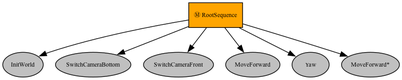
Before: media/behavior_tree_based.png, a diagram exported from Graphviz (Leung-Kam-Ho/SAUVC-Automation-Workshop-Exercises). Its source is kept beside it as media/behavior_tree_based.dot.
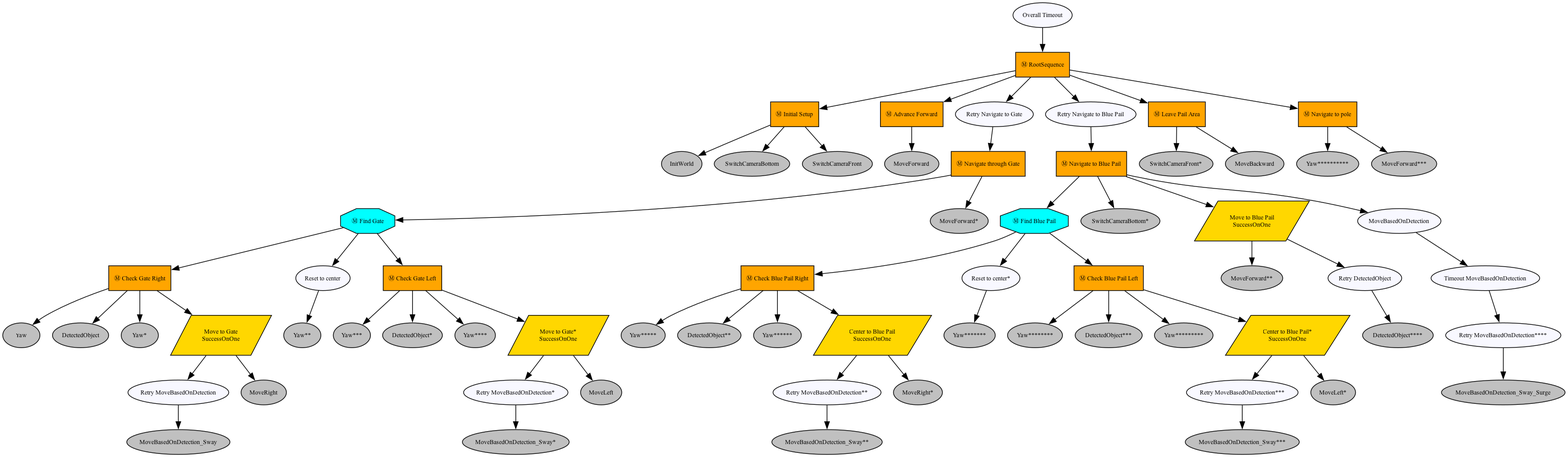
After the change.

The edit, as a diff of the source:
```diff
@@ -3,17 +3,135 @@
 graph [fontname="times-roman"];
 node [fontname="times-roman"];
 edge [fontname="times-roman"];
+"Overall Timeout" [label="Overall Timeout", shape=ellipse, style=filled, fillcolor=ghostwhite, fontsize=9, fontcolor=black];
 RootSequence [label="Ⓜ RootSequence", shape=box, style=filled, fillcolor=orange, fontsize=9, fontcolor=black];
+"Overall Timeout" -> RootSequence;
+"Initial Setup" [label="Ⓜ Initial Setup", shape=box, style=filled, fillcolor=orange, fontsize=9, fontcolor=black];
+RootSequence -> "Initial Setup";
 InitWorld [label=InitWorld, shape=ellipse, style=filled, fillcolor=gray, fontsize=9, fontcolor=black];
-RootSequence -> InitWorld;
+"Initial Setup" -> InitWorld;
 SwitchCameraBottom [label=SwitchCameraBottom, shape=ellipse, style=filled, fillcolor=gray, fontsize=9, fontcolor=black];
-RootSequence -> SwitchCameraBottom;
+"Initial Setup" -> SwitchCameraBottom;
 SwitchCameraFront [label=SwitchCameraFront, shape=ellipse, style=filled, fillcolor=gray, fontsize=9, fontcolor=black];
-RootSequence -> SwitchCameraFront;
+"Initial Setup" -> SwitchCameraFront;
+"Advance Forward" [label="Ⓜ Advance Forward", shape=box, style=filled, fillcolor=orange, fontsize=9, fontcolor=black];
+RootSequence -> "Advance Forward";
 MoveForward [label=MoveForward, shape=ellipse, style=filled, fillcolor=gray, fontsize=9, fontcolor=black];
-RootSequence -> MoveForward;
+"Advance Forward" -> MoveForward;
+"Retry Navigate to Gate" [label="Retry Navigate to Gate", shape=ellipse, style=filled, fillcolor=ghostwhite, fontsize=9, fontcolor=black];
+RootSequence -> "Retry Navigate to Gate";
+"Navigate through Gate" [label="Ⓜ Navigate through Gate", shape=box, style=filled, fillcolor=orange, fontsize=9, fontcolor=black];
+"Retry Navigate to Gate" -> "Navigate through Gate";
+"Find Gate" [label="Ⓜ Find Gate", shape=octagon, style=filled, fillcolor=cyan, fontsize=9, fontcolor=black];
+"Navigate through Gate" -> "Find Gate";
+"Check Gate Right" [label="Ⓜ Check Gate Right", shape=box, style=filled, fillcolor=orange, fontsize=9, fontcolor=black];
+"Find Gate" -> "Check Gate Right";
 Yaw [label=Yaw, shape=ellipse, style=filled, fillcolor=gray, fontsize=9, fontcolor=black];
-RootSequence -> Yaw;
+"Check Gate Right" -> Yaw;
+DetectedObject [label=DetectedObject, shape=ellipse, style=filled, fillcolor=gray, fontsize=9, fontcolor=black];
+"Check Gate Right" -> DetectedObject;
+"Yaw*" [label="Yaw*", shape=ellipse, style=filled, fillcolor=gray, fontsize=9, fontcolor=black];
+"Check Gate Right" -> "Yaw*";
+"Move to Gate" [label="Move to Gate\nSuccessOnOne", shape=parallelogram, style=filled, fillcolor=gold, fontsize=9, fontcolor=black];
+"Check Gate Right" -> "Move to Gate";
+"Retry MoveBasedOnDetection" [label="Retry MoveBasedOnDetection", shape=ellipse, style=filled, fillcolor=ghostwhite, fontsize=9, fontcolor=black];
+"Move to Gate" -> "Retry MoveBasedOnDetection";
+MoveBasedOnDetection_Sway [label="MoveBasedOnDetection_Sway", shape=ellipse, style=filled, fillcolor=gray, fontsize=9, fontcolor=black];
+"Retry MoveBasedOnDetection" -> MoveBasedOnDetection_Sway;
+MoveRight [label=MoveRight, shape=ellipse, style=filled, fillcolor=gray, fontsize=9, fontcolor=black];
+"Move to Gate" -> MoveRight;
+"Reset to center" [label="Reset to center", shape=ellipse, style=filled, fillcolor=ghostwhite, fontsize=9, fontcolor=black];
+"Find Gate" -> "Reset to center";
+"Yaw**" [label="Yaw**", shape=ellipse, style=filled, fillcolor=gray, fontsize=9, fontcolor=black];
+"Reset to center" -> "Yaw**";
+"Check Gate Left" [label="Ⓜ Check Gate Left", shape=box, style=filled, fillcolor=orange, fontsize=9, fontcolor=black];
+"Find Gate" -> "Check Gate Left";
+"Yaw***" [label="Yaw***", shape=ellipse, style=filled, fillcolor=gray, fontsize=9, fontcolor=black];
+"Check Gate Left" -> "Yaw***";
+"DetectedObject*" [label="DetectedObject*", shape=ellipse, style=filled, fillcolor=gray, fontsize=9, fontcolor=black];
+"Check Gate Left" -> "DetectedObject*";
+"Yaw****" [label="Yaw****", shape=ellipse, style=filled, fillcolor=gray, fontsize=9, fontcolor=black];
+"Check Gate Left" -> "Yaw****";
+"Move to Gate*" [label="Move to Gate*\nSuccessOnOne", shape=parallelogram, style=filled, fillcolor=gold, fontsize=9, fontcolor=black];
+"Check Gate Left" -> "Move to Gate*";
+"Retry MoveBasedOnDetection*" [label="Retry MoveBasedOnDetection*", shape=ellipse, style=filled, fillcolor=ghostwhite, fontsize=9, fontcolor=black];
+"Move to Gate*" -> "Retry MoveBasedOnDetection*";
+"MoveBasedOnDetection_Sway*" [label="MoveBasedOnDetection_Sway*", shape=ellipse, style=filled, fillcolor=gray, fontsize=9, fontcolor=black];
+"Retry MoveBasedOnDetection*" -> "MoveBasedOnDetection_Sway*";
+MoveLeft [label=MoveLeft, shape=ellipse, style=filled, fillcolor=gray, fontsize=9, fontcolor=black];
+"Move to Gate*" -> MoveLeft;
 "MoveForward*" [label="MoveForward*", shape=ellipse, style=filled, fillcolor=gray, fontsize=9, fontcolor=black];
-RootSequence -> "MoveForward*";
+"Navigate through Gate" -> "MoveForward*";
+"Retry Navigate to Blue Pail" [label="Retry Navigate to Blue Pail", shape=ellipse, style=filled, fillcolor=ghostwhite, fontsize=9, fontcolor=black];
+RootSequence -> "Retry Navigate to Blue Pail";
+"Navigate to Blue Pail" [label="Ⓜ Navigate to Blue Pail", shape=box, style=filled, fillcolor=orange, fontsize=9, fontcolor=black];
+"Retry Navigate to Blue Pail" -> "Navigate to Blue Pail";
+"Find Blue Pail" [label="Ⓜ Find Blue Pail", shape=octagon, style=filled, fillcolor=cyan, fontsize=9, fontcolor=black];
+"Navigate to Blue Pail" -> "Find Blue Pail";
+"Check Blue Pail Right" [label="Ⓜ Check Blue Pail Right", shape=box, style=filled, fillcolor=orange, fontsize=9, fontcolor=black];
+"Find Blue Pail" -> "Check Blue Pail Right";
+"Yaw*****" [label="Yaw*****", shape=ellipse, style=filled, fillcolor=gray, fontsize=9, fontcolor=black];
+"Check Blue Pail Right" -> "Yaw*****";
+"DetectedObject**" [label="DetectedObject**", shape=ellipse, style=filled, fillcolor=gray, fontsize=9, fontcolor=black];
+"Check Blue Pail Right" -> "DetectedObject**";
+"Yaw******" [label="Yaw******", shape=ellipse, style=filled, fillcolor=gray, fontsize=9, fontcolor=black];
+"Check Blue Pail Right" -> "Yaw******";
+"Center to Blue Pail" [label="Center to Blue Pail\nSuccessOnOne", shape=parallelogram, style=filled, fillcolor=gold, fontsize=9, fontcolor=black];
+"Check Blue Pail Right" -> "Center to Blue Pail";
+"Retry MoveBasedOnDetection**" [label="Retry MoveBasedOnDetection**", shape=ellipse, style=filled, fillcolor=ghostwhite, fontsize=9, fontcolor=black];
+"Center to Blue Pail" -> "Retry MoveBasedOnDetection**";
+"MoveBasedOnDetection_Sway**" [label="MoveBasedOnDetection_Sway**", shape=ellipse, style=filled, fillcolor=gray, fontsize=9, fontcolor=black];
+"Retry MoveBasedOnDetection**" -> "MoveBasedOnDetection_Sway**";
+"MoveRight*" [label="MoveRight*", shape=ellipse, style=filled, fillcolor=gray, fontsize=9, fontcolor=black];
+"Center to Blue Pail" -> "MoveRight*";
+"Reset to center*" [label="Reset to center*", shape=ellipse, style=filled, fillcolor=ghostwhite, fontsize=9, fontcolor=black];
+"Find Blue Pail" -> "Reset to center*";
+"Yaw*******" [label="Yaw*******", shape=ellipse, style=filled, fillcolor=gray, fontsize=9, fontcolor=black];
+"Reset to center*" -> "Yaw*******";
+"Check Blue Pail Left" [label="Ⓜ Check Blue Pail Left", shape=box, style=filled, fillcolor=orange, fontsize=9, fontcolor=black];
+"Find Blue Pail" -> "Check Blue Pail Left";
+"Yaw********" [label="Yaw********", shape=ellipse, style=filled, fillcolor=gray, fontsize=9, fontcolor=black];
+"Check Blue Pail Left" -> "Yaw********";
+"DetectedObject***" [label="DetectedObject***", shape=ellipse, style=filled, fillcolor=gray, fontsize=9, fontcolor=black];
+"Check Blue Pail Left" -> "DetectedObject***";
+"Yaw*********" [label="Yaw*********", shape=ellipse, style=filled, fillcolor=gray, fontsize=9, fontcolor=black];
+"Check Blue Pail Left" -> "Yaw*********";
+"Center to Blue Pail*" [label="Center to Blue Pail*\nSuccessOnOne", shape=parallelogram, style=filled, fillcolor=gold, fontsize=9, fontcolor=black];
+"Check Blue Pail Left" -> "Center to Blue Pail*";
+"Retry MoveBasedOnDetection***" [label="Retry MoveBasedOnDetection***", shape=ellipse, style=filled, fillcolor=ghostwhite, fontsize=9, fontcolor=black];
+"Center to Blue Pail*" -> "Retry MoveBasedOnDetection***";
+"MoveBasedOnDetection_Sway***" [label="MoveBasedOnDetection_Sway***", shape=ellipse, style=filled, fillcolor=gray, fontsize=9, fontcolor=black];
+"Retry MoveBasedOnDetection***" -> "MoveBasedOnDetection_Sway***";
+"MoveLeft*" [label="MoveLeft*", shape=ellipse, style=filled, fillcolor=gray, fontsize=9, fontcolor=black];
+"Center to Blue Pail*" -> "MoveLeft*";
+"SwitchCameraBottom*" [label="SwitchCameraBottom*", shape=ellipse, style=filled, fillcolor=gray, fontsize=9, fontcolor=black];
+"Navigate to Blue Pail" -> "SwitchCameraBottom*";
+"Move to Blue Pail" [label="Move to Blue Pail\nSuccessOnOne", shape=parallelogram, style=filled, fillcolor=gold, fontsize=9, fontcolor=black];
+"Navigate to Blue Pail" -> "Move to Blue Pail";
+"MoveForward**" [label="MoveForward**", shape=ellipse, style=filled, fillcolor=gray, fontsize=9, fontcolor=black];
+"Move to Blue Pail" -> "MoveForward**";
+"Retry DetectedObject" [label="Retry DetectedObject", shape=ellipse, style=filled, fillcolor=ghostwhite, fontsize=9, fontcolor=black];
+"Move to Blue Pail" -> "Retry DetectedObject";
+"DetectedObject****" [label="DetectedObject****", shape=ellipse, style=filled, fillcolor=gray, fontsize=9, fontcolor=black];
+"Retry DetectedObject" -> "DetectedObject****";
+MoveBasedOnDetection [label=MoveBasedOnDetection, shape=ellipse, style=filled, fillcolor=ghostwhite, fontsize=9, fontcolor=black];
+"Navigate to Blue Pail" -> MoveBasedOnDetection;
+"Timeout MoveBasedOnDetection" [label="Timeout MoveBasedOnDetection", shape=ellipse, style=filled, fillcolor=ghostwhite, fontsize=9, fontcolor=black];
+MoveBasedOnDetection -> "Timeout MoveBasedOnDetection";
+"Retry MoveBasedOnDetection****" [label="Retry MoveBasedOnDetection****", shape=ellipse, style=filled, fillcolor=ghostwhite, fontsize=9, fontcolor=black];
+"Timeout MoveBasedOnDetection" -> "Retry MoveBasedOnDetection****";
+MoveBasedOnDetection_Sway_Surge [label="MoveBasedOnDetection_Sway_Surge", shape=ellipse, style=filled, fillcolor=gray, fontsize=9, fontcolor=black];
+"Retry MoveBasedOnDetection****" -> MoveBasedOnDetection_Sway_Surge;
+"Leave Pail Area" [label="Ⓜ Leave Pail Area", shape=box, style=filled, fillcolor=orange, fontsize=9, fontcolor=black];
+RootSequence -> "Leave Pail Area";
+"SwitchCameraFront*" [label="SwitchCameraFront*", shape=ellipse, style=filled, fillcolor=gray, fontsize=9, fontcolor=black];
+"Leave Pail Area" -> "SwitchCameraFront*";
+MoveBackward [label=MoveBackward, shape=ellipse, style=filled, fillcolor=gray, fontsize=9, fontcolor=black];
+"Leave Pail Area" -> MoveBackward;
+"Navigate to pole" [label="Ⓜ Navigate to pole", shape=box, style=filled, fillcolor=orange, fontsize=9, fontcolor=black];
+RootSequence -> "Navigate to pole";
+"Yaw**********" [label="Yaw**********", shape=ellipse, style=filled, fillcolor=gray, fontsize=9, fontcolor=black];
+"Navigate to pole" -> "Yaw**********";
+"MoveForward***" [label="MoveForward***", shape=ellipse, style=filled, fillcolor=gray, fontsize=9, fontcolor=black];
+"Navigate to pole" -> "MoveForward***";
 }
```
